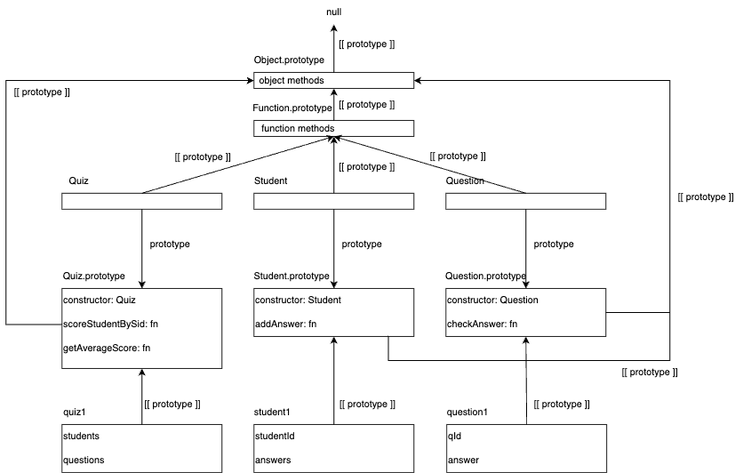
Above: lab7/question2.drawio.png in wertypotom/wap_labs (draw.io), before the change. Source tidied: cells renumbered, new cells last; positions are measured from the earlier drawing's top-left corner, leaving out a move shared by most shapes. The source it was exported from:
```xml
<mxGraphModel>
  <root>
    <mxCell id="0" />
    <mxCell id="1" parent="0" />
    <mxCell id="2" style="rounded=0;whiteSpace=wrap;html=1;" parent="1" vertex="1">
      <mxGeometry x="310" y="360" width="200" height="60" as="geometry" />
    </mxCell>
    <mxCell id="3" value="addAnswer: fn" style="text;html=1;align=left;verticalAlign=middle;whiteSpace=wrap;rounded=0;" parent="1" vertex="1">
      <mxGeometry x="310" y="390" width="200" height="30" as="geometry" />
    </mxCell>
    <mxCell id="4" value="constructor: Student" style="text;html=1;align=left;verticalAlign=middle;whiteSpace=wrap;rounded=0;" parent="1" vertex="1">
      <mxGeometry x="310" y="360" width="200" height="30" as="geometry" />
    </mxCell>
    <mxCell id="5" value="Student.prototype" style="text;html=1;align=center;verticalAlign=middle;strokeColor=none;fillColor=none;" parent="1" vertex="1">
      <mxGeometry x="297" y="330" width="120" height="30" as="geometry" />
    </mxCell>
    <mxCell id="6" style="rounded=0;whiteSpace=wrap;html=1;" parent="1" vertex="1">
      <mxGeometry x="550" y="360" width="200" height="60" as="geometry" />
    </mxCell>
    <mxCell id="7" value="checkAnswer: fn" style="text;html=1;align=left;verticalAlign=middle;whiteSpace=wrap;rounded=0;" parent="1" vertex="1">
      <mxGeometry x="550" y="390" width="200" height="30" as="geometry" />
    </mxCell>
    <mxCell id="8" value="constructor:&amp;nbsp;&lt;span style=&quot;text-align: center; text-wrap-mode: nowrap;&quot;&gt;Question&lt;/span&gt;" style="text;html=1;align=left;verticalAlign=middle;whiteSpace=wrap;rounded=0;" parent="1" vertex="1">
      <mxGeometry x="550" y="360" width="200" height="30" as="geometry" />
    </mxCell>
    <mxCell id="9" value="Question.prototype" style="text;html=1;align=center;verticalAlign=middle;strokeColor=none;fillColor=none;" parent="1" vertex="1">
      <mxGeometry x="540" y="330" width="120" height="30" as="geometry" />
    </mxCell>
    <mxCell id="10" style="rounded=0;whiteSpace=wrap;html=1;" parent="1" vertex="1">
      <mxGeometry x="70" y="360" width="200" height="100" as="geometry" />
    </mxCell>
    <mxCell id="11" value="scoreStudentBySid: fn" style="text;html=1;align=left;verticalAlign=middle;whiteSpace=wrap;rounded=0;" parent="1" vertex="1">
      <mxGeometry x="70" y="390" width="200" height="30" as="geometry" />
    </mxCell>
    <mxCell id="12" value="constructor:&amp;nbsp;&lt;span style=&quot;text-align: center; text-wrap-mode: nowrap;&quot;&gt;Quiz&lt;/span&gt;" style="text;html=1;align=left;verticalAlign=middle;whiteSpace=wrap;rounded=0;" parent="1" vertex="1">
      <mxGeometry x="70" y="360" width="200" height="30" as="geometry" />
    </mxCell>
    <mxCell id="13" value="Quiz.prototype" style="text;html=1;align=center;verticalAlign=middle;strokeColor=none;fillColor=none;" parent="1" vertex="1">
      <mxGeometry x="60" y="330" width="100" height="30" as="geometry" />
    </mxCell>
    <mxCell id="14" value="getAverageScore: fn" style="text;html=1;align=left;verticalAlign=middle;whiteSpace=wrap;rounded=0;" parent="1" vertex="1">
      <mxGeometry x="70" y="420" width="200" height="30" as="geometry" />
    </mxCell>
    <mxCell id="15" style="rounded=0;whiteSpace=wrap;html=1;" parent="1" vertex="1">
      <mxGeometry x="310" y="241" width="200" height="20" as="geometry" />
    </mxCell>
    <mxCell id="16" value="Student" style="text;html=1;align=center;verticalAlign=middle;strokeColor=none;fillColor=none;" parent="1" vertex="1">
      <mxGeometry x="301" y="211" width="60" height="30" as="geometry" />
    </mxCell>
    <mxCell id="17" style="endArrow=classic;html=1;rounded=0;exitX=0.5;exitY=1;exitDx=0;exitDy=0;entryX=0.5;entryY=0;entryDx=0;entryDy=0;" parent="1" edge="1" source="15" target="4">
      <mxGeometry relative="1" as="geometry" />
    </mxCell>
    <mxCell id="18" value="prototype" style="text;html=1;align=center;verticalAlign=middle;strokeColor=none;fillColor=none;" parent="1" vertex="1">
      <mxGeometry x="410" y="290" width="70" height="30" as="geometry" />
    </mxCell>
    <mxCell id="19" style="rounded=0;whiteSpace=wrap;html=1;" parent="1" vertex="1">
      <mxGeometry x="550" y="241" width="200" height="20" as="geometry" />
    </mxCell>
    <mxCell id="20" value="Question" style="text;html=1;align=center;verticalAlign=middle;strokeColor=none;fillColor=none;" parent="1" vertex="1">
      <mxGeometry x="539" y="211" width="70" height="30" as="geometry" />
    </mxCell>
    <mxCell id="21" value="prototype" style="text;html=1;align=center;verticalAlign=middle;strokeColor=none;fillColor=none;" parent="1" vertex="1">
      <mxGeometry x="650" y="290" width="70" height="30" as="geometry" />
    </mxCell>
    <mxCell id="22" style="endArrow=classic;html=1;rounded=0;exitX=0.5;exitY=1;exitDx=0;exitDy=0;entryX=0.5;entryY=0;entryDx=0;entryDy=0;" parent="1" edge="1" source="19" target="8">
      <mxGeometry relative="1" as="geometry" />
    </mxCell>
    <mxCell id="23" style="rounded=0;whiteSpace=wrap;html=1;" parent="1" vertex="1">
      <mxGeometry x="70" y="241" width="200" height="20" as="geometry" />
    </mxCell>
    <mxCell id="24" value="Quiz" style="text;html=1;align=center;verticalAlign=middle;strokeColor=none;fillColor=none;" parent="1" vertex="1">
      <mxGeometry x="66" y="211" width="50" height="30" as="geometry" />
    </mxCell>
    <mxCell id="25" value="prototype" style="text;html=1;align=center;verticalAlign=middle;strokeColor=none;fillColor=none;" parent="1" vertex="1">
      <mxGeometry x="170" y="290" width="70" height="30" as="geometry" />
    </mxCell>
    <mxCell id="26" style="endArrow=classic;html=1;rounded=0;exitX=0.5;exitY=1;exitDx=0;exitDy=0;entryX=0.5;entryY=0;entryDx=0;entryDy=0;" parent="1" edge="1" source="23" target="12">
      <mxGeometry relative="1" as="geometry" />
    </mxCell>
    <mxCell id="27" style="rounded=0;whiteSpace=wrap;html=1;" parent="1" vertex="1">
      <mxGeometry x="310" y="150" width="200" height="20" as="geometry" />
    </mxCell>
    <mxCell id="28" style="rounded=0;whiteSpace=wrap;html=1;" parent="1" vertex="1">
      <mxGeometry x="310" y="90" width="200" height="20" as="geometry" />
    </mxCell>
    <mxCell id="29" style="endArrow=classic;html=1;rounded=0;exitX=0.5;exitY=0;exitDx=0;exitDy=0;entryX=0.5;entryY=1;entryDx=0;entryDy=0;" parent="1" edge="1" source="23" target="27">
      <mxGeometry relative="1" as="geometry" />
    </mxCell>
    <mxCell id="30" style="endArrow=classic;html=1;rounded=0;exitX=0.5;exitY=0;exitDx=0;exitDy=0;entryX=0.5;entryY=1;entryDx=0;entryDy=0;" parent="1" edge="1" source="15" target="27">
      <mxGeometry relative="1" as="geometry" />
    </mxCell>
    <mxCell id="31" style="endArrow=classic;html=1;rounded=0;exitX=0.5;exitY=0;exitDx=0;exitDy=0;entryX=0.5;entryY=1;entryDx=0;entryDy=0;" parent="1" edge="1" source="19" target="27">
      <mxGeometry relative="1" as="geometry" />
    </mxCell>
    <mxCell id="32" value="[[ prototype ]]" style="text;html=1;align=center;verticalAlign=middle;strokeColor=none;fillColor=none;" parent="1" vertex="1">
      <mxGeometry x="520" y="180" width="90" height="30" as="geometry" />
    </mxCell>
    <mxCell id="33" value="[[ prototype ]]" style="text;html=1;align=center;verticalAlign=middle;strokeColor=none;fillColor=none;" parent="1" vertex="1">
      <mxGeometry x="406" y="193" width="90" height="30" as="geometry" />
    </mxCell>
    <mxCell id="34" value="[[ prototype ]]" style="text;html=1;align=center;verticalAlign=middle;strokeColor=none;fillColor=none;" parent="1" vertex="1">
      <mxGeometry x="201" y="181" width="90" height="30" as="geometry" />
    </mxCell>
    <mxCell id="35" value="Function.prototype" style="text;html=1;align=center;verticalAlign=middle;strokeColor=none;fillColor=none;" parent="1" vertex="1">
      <mxGeometry x="298" y="120" width="120" height="30" as="geometry" />
    </mxCell>
    <mxCell id="36" value="Object.prototype" style="text;html=1;align=center;verticalAlign=middle;strokeColor=none;fillColor=none;" parent="1" vertex="1">
      <mxGeometry x="299" y="60" width="110" height="30" as="geometry" />
    </mxCell>
    <mxCell id="37" style="endArrow=classic;html=1;rounded=0;exitX=0.5;exitY=0;exitDx=0;exitDy=0;entryX=0.5;entryY=1;entryDx=0;entryDy=0;" parent="1" edge="1" source="27" target="28">
      <mxGeometry relative="1" as="geometry" />
    </mxCell>
    <mxCell id="38" style="endArrow=classic;html=1;rounded=0;exitX=0.5;exitY=0;exitDx=0;exitDy=0;" parent="1" edge="1" source="28">
      <mxGeometry relative="1" as="geometry">
        <mxPoint x="410" y="30" as="targetPoint" />
      </mxGeometry>
    </mxCell>
    <mxCell id="39" value="null" style="text;html=1;align=center;verticalAlign=middle;strokeColor=none;fillColor=none;" parent="1" vertex="1">
      <mxGeometry x="390" width="40" height="30" as="geometry" />
    </mxCell>
    <mxCell id="40" value="object methods" style="text;html=1;align=center;verticalAlign=middle;points=[];strokeColor=none;fillColor=none;" parent="1" vertex="1">
      <mxGeometry x="307" y="85" width="100" height="30" as="geometry" />
    </mxCell>
    <mxCell id="41" value="function methods" style="text;html=1;align=center;verticalAlign=middle;strokeColor=none;fillColor=none;" parent="1" vertex="1">
      <mxGeometry x="310" y="145" width="110" height="30" as="geometry" />
    </mxCell>
    <mxCell id="42" value="[[ prototype ]]" style="text;html=1;align=center;verticalAlign=middle;strokeColor=none;fillColor=none;" parent="1" vertex="1">
      <mxGeometry x="406" y="115" width="90" height="30" as="geometry" />
    </mxCell>
    <mxCell id="43" value="[[ prototype ]]" style="text;html=1;align=center;verticalAlign=middle;strokeColor=none;fillColor=none;" parent="1" vertex="1">
      <mxGeometry x="406" y="40" width="90" height="30" as="geometry" />
    </mxCell>
    <mxCell id="44" value="quiz1" style="text;html=1;align=center;verticalAlign=middle;strokeColor=none;fillColor=none;" parent="1" vertex="1">
      <mxGeometry x="61" y="500" width="50" height="30" as="geometry" />
    </mxCell>
    <mxCell id="45" style="rounded=0;whiteSpace=wrap;html=1;" parent="1" vertex="1">
      <mxGeometry x="70" y="530" width="200" height="60" as="geometry" />
    </mxCell>
    <mxCell id="46" value="students" style="text;html=1;align=left;verticalAlign=middle;whiteSpace=wrap;rounded=0;" parent="1" vertex="1">
      <mxGeometry x="70" y="530" width="200" height="30" as="geometry" />
    </mxCell>
    <mxCell id="47" value="questions" style="text;html=1;align=left;verticalAlign=middle;whiteSpace=wrap;rounded=0;" parent="1" vertex="1">
      <mxGeometry x="70" y="560" width="200" height="30" as="geometry" />
    </mxCell>
    <mxCell id="48" value="student1" style="text;html=1;align=center;verticalAlign=middle;strokeColor=none;fillColor=none;" parent="1" vertex="1">
      <mxGeometry x="298" y="500" width="70" height="30" as="geometry" />
    </mxCell>
    <mxCell id="49" style="rounded=0;whiteSpace=wrap;html=1;" parent="1" vertex="1">
      <mxGeometry x="310" y="530" width="200" height="60" as="geometry" />
    </mxCell>
    <mxCell id="50" value="studentId" style="text;html=1;align=left;verticalAlign=middle;whiteSpace=wrap;rounded=0;" parent="1" vertex="1">
      <mxGeometry x="310" y="530" width="200" height="30" as="geometry" />
    </mxCell>
    <mxCell id="51" value="answers" style="text;html=1;align=left;verticalAlign=middle;whiteSpace=wrap;rounded=0;" parent="1" vertex="1">
      <mxGeometry x="310" y="560" width="200" height="30" as="geometry" />
    </mxCell>
    <mxCell id="52" value="question1" style="text;html=1;align=center;verticalAlign=middle;strokeColor=none;fillColor=none;" parent="1" vertex="1">
      <mxGeometry x="537" y="500" width="80" height="30" as="geometry" />
    </mxCell>
    <mxCell id="53" style="rounded=0;whiteSpace=wrap;html=1;" parent="1" vertex="1">
      <mxGeometry x="551" y="530" width="200" height="60" as="geometry" />
    </mxCell>
    <mxCell id="54" value="qId" style="text;html=1;align=left;verticalAlign=middle;whiteSpace=wrap;rounded=0;" parent="1" vertex="1">
      <mxGeometry x="551" y="530" width="200" height="30" as="geometry" />
    </mxCell>
    <mxCell id="55" value="answer" style="text;html=1;align=left;verticalAlign=middle;whiteSpace=wrap;rounded=0;" parent="1" vertex="1">
      <mxGeometry x="551" y="560" width="200" height="30" as="geometry" />
    </mxCell>
    <mxCell id="56" style="endArrow=classic;html=1;rounded=0;exitX=0.5;exitY=0;exitDx=0;exitDy=0;entryX=0.5;entryY=1;entryDx=0;entryDy=0;" parent="1" edge="1" source="46" target="10">
      <mxGeometry relative="1" as="geometry" />
    </mxCell>
    <mxCell id="57" style="endArrow=classic;html=1;rounded=0;exitX=0.5;exitY=0;exitDx=0;exitDy=0;entryX=0.5;entryY=1;entryDx=0;entryDy=0;" parent="1" edge="1" source="50" target="3">
      <mxGeometry relative="1" as="geometry" />
    </mxCell>
    <mxCell id="58" style="endArrow=classic;html=1;rounded=0;exitX=0.5;exitY=0;exitDx=0;exitDy=0;entryX=0.5;entryY=1;entryDx=0;entryDy=0;" parent="1" edge="1" source="54" target="7">
      <mxGeometry relative="1" as="geometry" />
    </mxCell>
    <mxCell id="59" value="[[ prototype ]]" style="text;html=1;align=center;verticalAlign=middle;strokeColor=none;fillColor=none;" parent="1" vertex="1">
      <mxGeometry x="163" y="490" width="90" height="30" as="geometry" />
    </mxCell>
    <mxCell id="60" value="[[ prototype ]]" style="text;html=1;align=center;verticalAlign=middle;strokeColor=none;fillColor=none;" parent="1" vertex="1">
      <mxGeometry x="407" y="490" width="90" height="30" as="geometry" />
    </mxCell>
    <mxCell id="61" value="[[ prototype ]]" style="text;html=1;align=center;verticalAlign=middle;strokeColor=none;fillColor=none;" parent="1" vertex="1">
      <mxGeometry x="650" y="490" width="90" height="30" as="geometry" />
    </mxCell>
    <mxCell id="62" style="endArrow=classic;html=1;rounded=0;exitX=1;exitY=0;exitDx=0;exitDy=0;entryX=1;entryY=0.5;entryDx=0;entryDy=0;" parent="1" edge="1" source="7" target="28">
      <mxGeometry relative="1" as="geometry">
        <Array as="points">
          <mxPoint x="830" y="390" />
          <mxPoint x="830" y="100" />
        </Array>
      </mxGeometry>
    </mxCell>
    <mxCell id="63" style="endArrow=classic;html=1;rounded=0;exitX=0;exitY=0.5;exitDx=0;exitDy=0;entryX=0.03;entryY=0.5;entryDx=0;entryDy=0;entryPerimeter=0;" parent="1" edge="1" source="11" target="40">
      <mxGeometry relative="1" as="geometry">
        <Array as="points">
          <mxPoint y="405" />
          <mxPoint y="100" />
        </Array>
      </mxGeometry>
    </mxCell>
    <mxCell id="64" style="endArrow=none;html=1;rounded=0;exitX=0.84;exitY=0.97;exitDx=0;exitDy=0;exitPerimeter=0;startFill=0;" parent="1" edge="1" source="3">
      <mxGeometry relative="1" as="geometry">
        <mxPoint x="830" y="390" as="targetPoint" />
        <Array as="points">
          <mxPoint x="478" y="450" />
          <mxPoint x="830" y="450" />
        </Array>
      </mxGeometry>
    </mxCell>
    <mxCell id="65" value="[[ prototype ]]" style="text;html=1;align=center;verticalAlign=middle;strokeColor=none;fillColor=none;" parent="1" vertex="1">
      <mxGeometry x="830" y="231" width="90" height="30" as="geometry" />
    </mxCell>
    <mxCell id="66" value="[[ prototype ]]" style="text;html=1;align=center;verticalAlign=middle;strokeColor=none;fillColor=none;" parent="1" vertex="1">
      <mxGeometry x="760" y="450" width="90" height="30" as="geometry" />
    </mxCell>
    <mxCell id="67" value="[[ prototype ]]" style="text;html=1;align=center;verticalAlign=middle;strokeColor=none;fillColor=none;" parent="1" vertex="1">
      <mxGeometry y="100" width="90" height="30" as="geometry" />
    </mxCell>
  </root>
</mxGraphModel>
```
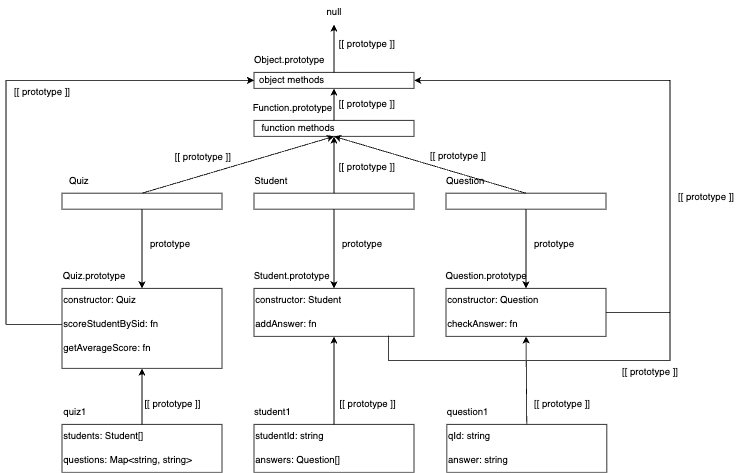
After the commit.

Diff of the diagram source:
```diff
@@ -136,10 +136,10 @@
     <mxCell id="45" style="rounded=0;whiteSpace=wrap;html=1;" parent="1" vertex="1">
       <mxGeometry x="70" y="530" width="200" height="60" as="geometry" />
     </mxCell>
-    <mxCell id="46" value="students" style="text;html=1;align=left;verticalAlign=middle;whiteSpace=wrap;rounded=0;" parent="1" vertex="1">
+    <mxCell id="46" value="students: Student[]" style="text;html=1;align=left;verticalAlign=middle;whiteSpace=wrap;rounded=0;" parent="1" vertex="1">
       <mxGeometry x="70" y="530" width="200" height="30" as="geometry" />
     </mxCell>
-    <mxCell id="47" value="questions" style="text;html=1;align=left;verticalAlign=middle;whiteSpace=wrap;rounded=0;" parent="1" vertex="1">
+    <mxCell id="47" value="questions: Map&amp;lt;string, string&amp;gt;" style="text;html=1;align=left;verticalAlign=middle;whiteSpace=wrap;rounded=0;" parent="1" vertex="1">
       <mxGeometry x="70" y="560" width="200" height="30" as="geometry" />
     </mxCell>
     <mxCell id="48" value="student1" style="text;html=1;align=center;verticalAlign=middle;strokeColor=none;fillColor=none;" parent="1" vertex="1">
@@ -148,10 +148,10 @@
     <mxCell id="49" style="rounded=0;whiteSpace=wrap;html=1;" parent="1" vertex="1">
       <mxGeometry x="310" y="530" width="200" height="60" as="geometry" />
     </mxCell>
-    <mxCell id="50" value="studentId" style="text;html=1;align=left;verticalAlign=middle;whiteSpace=wrap;rounded=0;" parent="1" vertex="1">
+    <mxCell id="50" value="studentId: string" style="text;html=1;align=left;verticalAlign=middle;whiteSpace=wrap;rounded=0;" parent="1" vertex="1">
       <mxGeometry x="310" y="530" width="200" height="30" as="geometry" />
     </mxCell>
-    <mxCell id="51" value="answers" style="text;html=1;align=left;verticalAlign=middle;whiteSpace=wrap;rounded=0;" parent="1" vertex="1">
+    <mxCell id="51" value="answers: Question[]" style="text;html=1;align=left;verticalAlign=middle;whiteSpace=wrap;rounded=0;" parent="1" vertex="1">
       <mxGeometry x="310" y="560" width="200" height="30" as="geometry" />
     </mxCell>
     <mxCell id="52" value="question1" style="text;html=1;align=center;verticalAlign=middle;strokeColor=none;fillColor=none;" parent="1" vertex="1">
@@ -160,10 +160,10 @@
     <mxCell id="53" style="rounded=0;whiteSpace=wrap;html=1;" parent="1" vertex="1">
       <mxGeometry x="551" y="530" width="200" height="60" as="geometry" />
     </mxCell>
-    <mxCell id="54" value="qId" style="text;html=1;align=left;verticalAlign=middle;whiteSpace=wrap;rounded=0;" parent="1" vertex="1">
+    <mxCell id="54" value="qId: string" style="text;html=1;align=left;verticalAlign=middle;whiteSpace=wrap;rounded=0;" parent="1" vertex="1">
       <mxGeometry x="551" y="530" width="200" height="30" as="geometry" />
     </mxCell>
-    <mxCell id="55" value="answer" style="text;html=1;align=left;verticalAlign=middle;whiteSpace=wrap;rounded=0;" parent="1" vertex="1">
+    <mxCell id="55" value="answer: string" style="text;html=1;align=left;verticalAlign=middle;whiteSpace=wrap;rounded=0;" parent="1" vertex="1">
       <mxGeometry x="551" y="560" width="200" height="30" as="geometry" />
     </mxCell>
     <mxCell id="56" style="endArrow=classic;html=1;rounded=0;exitX=0.5;exitY=0;exitDx=0;exitDy=0;entryX=0.5;entryY=1;entryDx=0;entryDy=0;" parent="1" edge="1" source="46" target="10">
```
